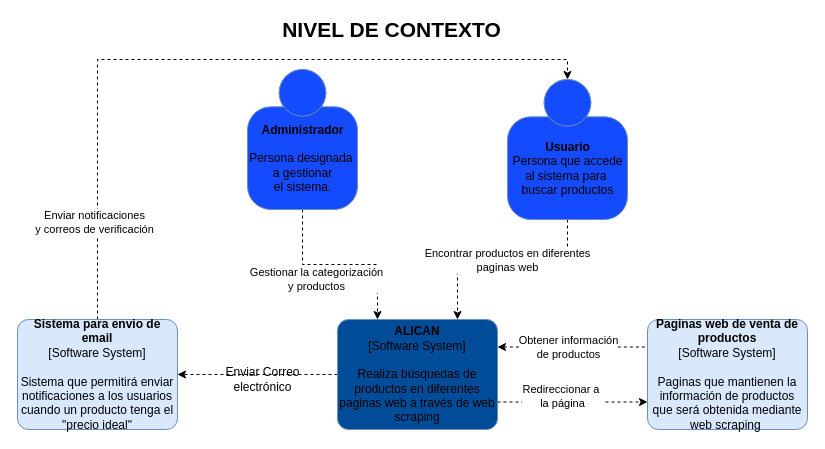
This is page "Contexto" (1 of 2) of ALICAN.drawio from vjcajilema/AlicanC4, a draw.io file, before an edit. Source tidied: cells renumbered, new cells numbered last; positions are measured from the earlier drawing's top-left corner, leaving out a move shared by most shapes. Both pictures are drawn from the tidied source at 100%, with x=0, y=0 at pixel (17, 19).
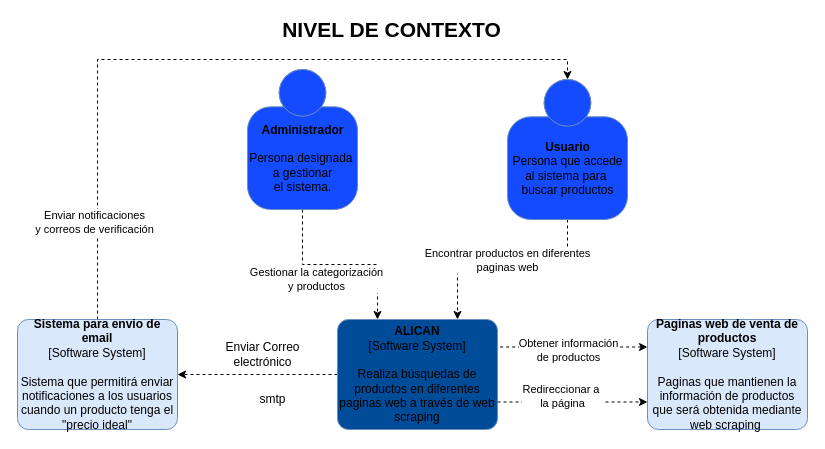
The same page after the edit.

The change refers to these unchanged cells:
```xml
<mxCell id="9" value="&lt;b&gt;ALICAN&lt;/b&gt;&lt;div&gt;[Software System]&lt;/div&gt;&lt;br&gt;&lt;div&gt;Realiza búsquedas de productos en diferentes paginas web a través de web scraping&lt;/div&gt;" style="rounded=1;whiteSpace=wrap;html=1;labelBackgroundColor=none;fillColor=#004C99;fontColor=#000000;align=center;arcSize=10;strokeColor=#6c8ebf;points=[[0.25,0,0],[0.5,0,0],[0.75,0,0],[1,0.25,0],[1,0.5,0],[1,0.75,0],[0.75,1,0],[0.5,1,0],[0.25,1,0],[0,0.75,0],[0,0.5,0],[0,0.25,0]];gradientColor=none;" parent="1" vertex="1">
  <mxGeometry x="320" y="300" width="160" height="110" as="geometry" />
</mxCell>
<mxCell id="13" value="&lt;b&gt;Paginas web de venta de productos&lt;/b&gt;&lt;br&gt;&lt;div&gt;[Software System]&lt;/div&gt;&lt;br&gt;&lt;div&gt;Paginas que mantienen la información de productos que será obtenida mediante web scraping&amp;nbsp;&lt;/div&gt;" style="rounded=1;whiteSpace=wrap;html=1;labelBackgroundColor=none;fillColor=#dae8fc;fontColor=#000000;align=center;arcSize=10;strokeColor=#6c8ebf;points=[[0.25,0,0],[0.5,0,0],[0.75,0,0],[1,0.25,0],[1,0.5,0],[1,0.75,0],[0.75,1,0],[0.5,1,0],[0.25,1,0],[0,0.75,0],[0,0.5,0],[0,0.25,0]];" parent="1" vertex="1">
  <mxGeometry x="630" y="300" width="160" height="110" as="geometry" />
</mxCell>
```

The edit, as a diff of the source:
```diff
@@
-    <mxCell id="5" style="edgeStyle=orthogonalEdgeStyle;rounded=0;jettySize=auto;html=1;exitX=1;exitY=0.25;exitDx=0;exitDy=0;exitPerimeter=0;dashed=1;startArrow=classic;startFill=1;endArrow=none;endFill=0;entryX=0;entryY=0.25;entryDx=0;entryDy=0;entryPerimeter=0;" parent="1" edge="1" source="9" target="13">
+    <mxCell id="5" style="edgeStyle=orthogonalEdgeStyle;rounded=0;jettySize=auto;html=1;dashed=1;startArrow=classic;startFill=1;endArrow=none;endFill=0;entryX=1;entryY=0.25;entryDx=0;entryDy=0;entryPerimeter=0;exitX=0;exitY=0.25;exitDx=0;exitDy=0;exitPerimeter=0;" parent="1" edge="1" source="13" target="9">
       <mxGeometry relative="1" as="geometry" />
     </mxCell>
     <mxCell id="6" value="Obtener información&lt;br&gt;de productos" style="edgeLabel;html=1;align=center;verticalAlign=middle;" parent="5" vertex="1">
       <mxGeometry x="-0.24" y="2" relative="1" as="geometry">
-        <mxPoint x="13" y="2" as="offset" />
+        <mxPoint x="-23" y="1" as="offset" />
       </mxGeometry>
     </mxCell>
@@
     <mxCell id="17" value="Enviar Correo &lt;br&gt;electrónico" style="text;html=1;align=center;verticalAlign=middle;dashed=1;" parent="1" vertex="1">
-      <mxGeometry x="200" y="345" width="90" height="30" as="geometry" />
+      <mxGeometry x="200" y="320" width="90" height="30" as="geometry" />
     </mxCell>
@@
+    <mxCell id="20" value="smtp" style="text;html=1;align=center;verticalAlign=middle;dashed=1;" parent="1" vertex="1">
+      <mxGeometry x="235" y="370" width="40" height="20" as="geometry" />
+    </mxCell>
```
